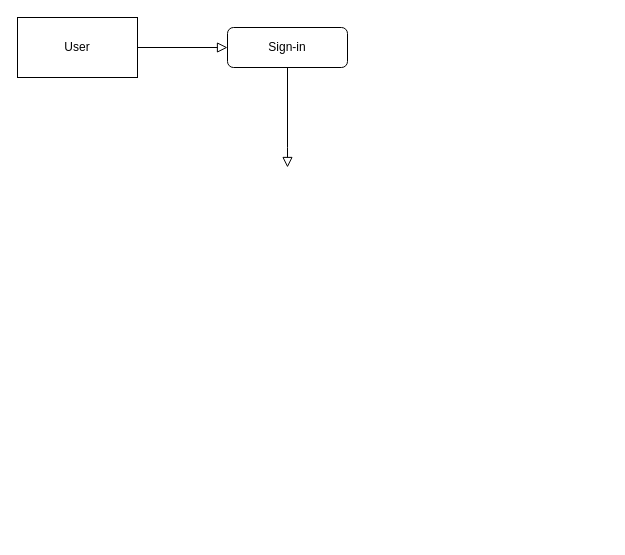
Above: Milestone 1 Flowchart Diagram.drawio in amandaxay/Interactive_Map (draw.io), before the change. Source tidied: cells renumbered, new cells numbered last; positions are measured from the earlier drawing's top-left corner, leaving out a move shared by most shapes. Both pictures are drawn from the tidied source at 100%, with x=0, y=0 at pixel (17, 17).
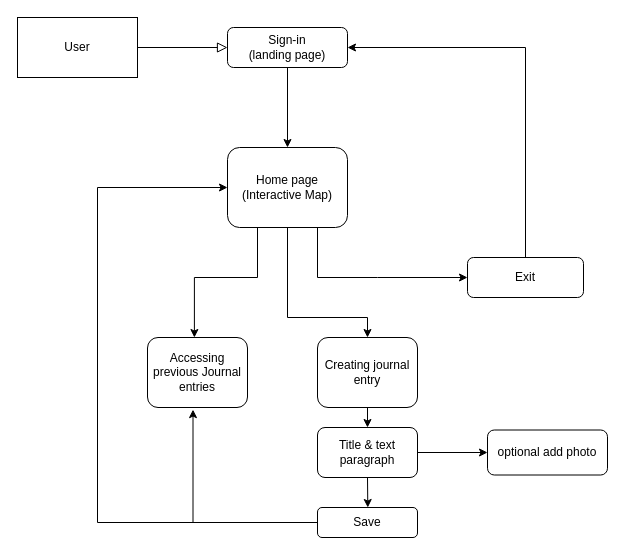
The same diagram, later.

Change to the diagram source:
```diff
@@
+    <mxCell id="6" style="edgeStyle=orthogonalEdgeStyle;rounded=0;jettySize=auto;html=1;exitX=0.5;exitY=1;exitDx=0;exitDy=0;entryX=0.5;entryY=0;entryDx=0;entryDy=0;" parent="1" edge="1" source="3" target="10">
+      <mxGeometry relative="1" as="geometry" />
+    </mxCell>
-    <mxCell id="3" value="Sign-in" style="rounded=1;whiteSpace=wrap;html=1;fontSize=12;glass=0;strokeWidth=1;shadow=0;" parent="1" vertex="1">
+    <mxCell id="3" value="Sign-in &lt;br&gt;(landing page)" style="rounded=1;whiteSpace=wrap;html=1;fontSize=12;glass=0;strokeWidth=1;shadow=0;" parent="1" vertex="1">
       <mxGeometry x="210" y="10" width="120" height="40" as="geometry" />
     </mxCell>
@@
-    <mxCell id="5" style="rounded=0;html=1;jettySize=auto;fontSize=11;endArrow=block;endFill=0;endSize=8;strokeWidth=1;shadow=0;labelBackgroundColor=none;edgeStyle=orthogonalEdgeStyle;exitX=0.5;exitY=1;exitDx=0;exitDy=0;" parent="1" edge="1" source="3">
-      <mxGeometry relative="1" as="geometry">
-        <mxPoint x="270" y="150" as="targetPoint" />
-        <Array as="points">
-          <mxPoint x="270" y="130" />
-          <mxPoint x="270" y="130" />
-        </Array>
-      </mxGeometry>
-    </mxCell>
+    <mxCell id="7" style="edgeStyle=orthogonalEdgeStyle;rounded=0;jettySize=auto;html=1;exitX=0.5;exitY=1;exitDx=0;exitDy=0;entryX=0.5;entryY=0;entryDx=0;entryDy=0;" parent="1" edge="1" source="10" target="15">
+      <mxGeometry relative="1" as="geometry">
+        <Array as="points">
+          <mxPoint x="270" y="300" />
+          <mxPoint x="350" y="300" />
+        </Array>
+      </mxGeometry>
+    </mxCell>
+    <mxCell id="8" style="edgeStyle=orthogonalEdgeStyle;rounded=0;jettySize=auto;html=1;exitX=0.25;exitY=1;exitDx=0;exitDy=0;entryX=0.469;entryY=0;entryDx=0;entryDy=0;entryPerimeter=0;" parent="1" edge="1" source="10" target="11">
+      <mxGeometry relative="1" as="geometry">
+        <Array as="points">
+          <mxPoint x="240" y="260" />
+          <mxPoint x="177" y="260" />
+        </Array>
+      </mxGeometry>
+    </mxCell>
+    <mxCell id="9" style="edgeStyle=orthogonalEdgeStyle;rounded=0;jettySize=auto;html=1;exitX=0.75;exitY=1;exitDx=0;exitDy=0;" parent="1" edge="1" source="10">
+      <mxGeometry relative="1" as="geometry">
+        <mxPoint x="450" y="260" as="targetPoint" />
+        <Array as="points">
+          <mxPoint x="300" y="260" />
+          <mxPoint x="360" y="260" />
+        </Array>
+      </mxGeometry>
+    </mxCell>
+    <mxCell id="10" value="Home page&lt;br&gt;(Interactive Map)" style="rounded=1;whiteSpace=wrap;html=1;" parent="1" vertex="1">
+      <mxGeometry x="210" y="130" width="120" height="80" as="geometry" />
+    </mxCell>
+    <mxCell id="11" value="Accessing previous Journal entries" style="rounded=1;whiteSpace=wrap;html=1;" parent="1" vertex="1">
+      <mxGeometry x="130" y="320" width="100" height="70" as="geometry" />
+    </mxCell>
+    <mxCell id="12" style="edgeStyle=orthogonalEdgeStyle;rounded=0;jettySize=auto;html=1;exitX=0.5;exitY=0;exitDx=0;exitDy=0;entryX=1;entryY=0.5;entryDx=0;entryDy=0;" parent="1" edge="1" source="13" target="3">
+      <mxGeometry relative="1" as="geometry" />
+    </mxCell>
+    <mxCell id="13" value="Exit" style="rounded=1;whiteSpace=wrap;html=1;" parent="1" vertex="1">
+      <mxGeometry x="450" y="240" width="116" height="40" as="geometry" />
+    </mxCell>
+    <mxCell id="14" style="edgeStyle=orthogonalEdgeStyle;rounded=0;jettySize=auto;html=1;exitX=0.5;exitY=1;exitDx=0;exitDy=0;entryX=0.5;entryY=0;entryDx=0;entryDy=0;" parent="1" edge="1" source="15" target="18">
+      <mxGeometry relative="1" as="geometry" />
+    </mxCell>
+    <mxCell id="15" value="Creating journal entry" style="rounded=1;whiteSpace=wrap;html=1;" parent="1" vertex="1">
+      <mxGeometry x="300" y="320" width="100" height="70" as="geometry" />
+    </mxCell>
+    <mxCell id="16" style="edgeStyle=orthogonalEdgeStyle;rounded=0;jettySize=auto;html=1;" parent="1" edge="1" source="18" target="19">
+      <mxGeometry relative="1" as="geometry" />
+    </mxCell>
+    <mxCell id="17" style="edgeStyle=orthogonalEdgeStyle;rounded=0;jettySize=auto;html=1;exitX=0.5;exitY=1;exitDx=0;exitDy=0;" parent="1" edge="1" source="18">
+      <mxGeometry relative="1" as="geometry">
+        <mxPoint x="350.3" y="490" as="targetPoint" />
+      </mxGeometry>
+    </mxCell>
+    <mxCell id="18" value="Title &amp;amp; text paragraph" style="rounded=1;whiteSpace=wrap;html=1;" parent="1" vertex="1">
+      <mxGeometry x="300" y="410" width="100" height="50" as="geometry" />
+    </mxCell>
+    <mxCell id="19" value="optional add photo" style="whiteSpace=wrap;html=1;rounded=1;" parent="1" vertex="1">
+      <mxGeometry x="470" y="412.5" width="120" height="45" as="geometry" />
+    </mxCell>
+    <mxCell id="20" style="edgeStyle=orthogonalEdgeStyle;rounded=0;jettySize=auto;html=1;entryX=0.455;entryY=1.03;entryDx=0;entryDy=0;entryPerimeter=0;" parent="1" edge="1" source="22" target="11">
+      <mxGeometry relative="1" as="geometry" />
+    </mxCell>
+    <mxCell id="21" style="edgeStyle=orthogonalEdgeStyle;rounded=0;jettySize=auto;html=1;exitX=0;exitY=0.5;exitDx=0;exitDy=0;entryX=0;entryY=0.5;entryDx=0;entryDy=0;" parent="1" edge="1" source="22" target="10">
+      <mxGeometry relative="1" as="geometry">
+        <Array as="points">
+          <mxPoint x="80" y="505" />
+          <mxPoint x="80" y="170" />
+        </Array>
+      </mxGeometry>
+    </mxCell>
+    <mxCell id="22" value="Save" style="rounded=1;whiteSpace=wrap;html=1;" parent="1" vertex="1">
+      <mxGeometry x="300" y="490" width="100" height="30" as="geometry" />
+    </mxCell>
```
